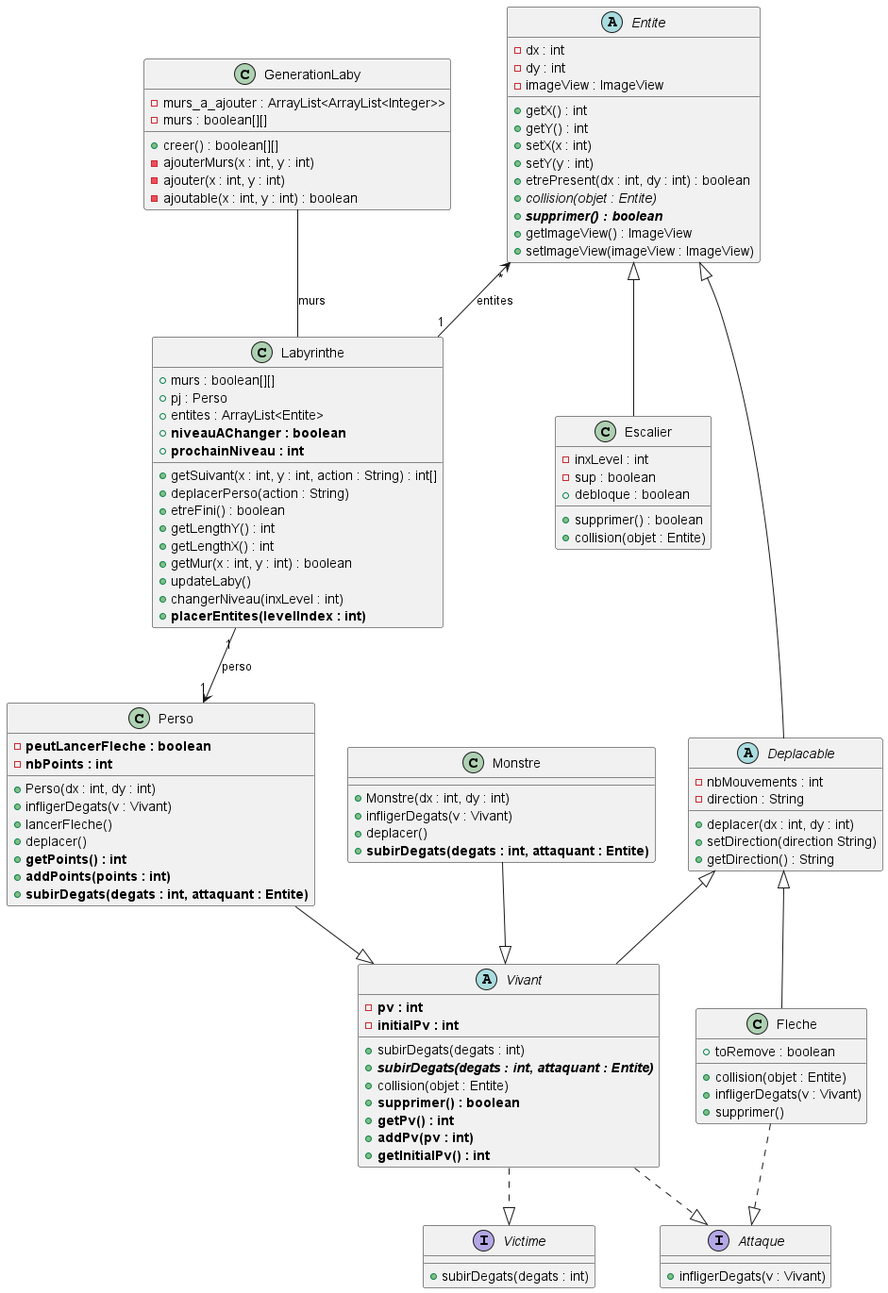
This is documents/version_4/diag_classe_v4_final.png from remi-choffat/2024_Zeldiablo_remi-choffat_Cesareuh_katrinltvnv, a PlantUML export, as it was before one commit.
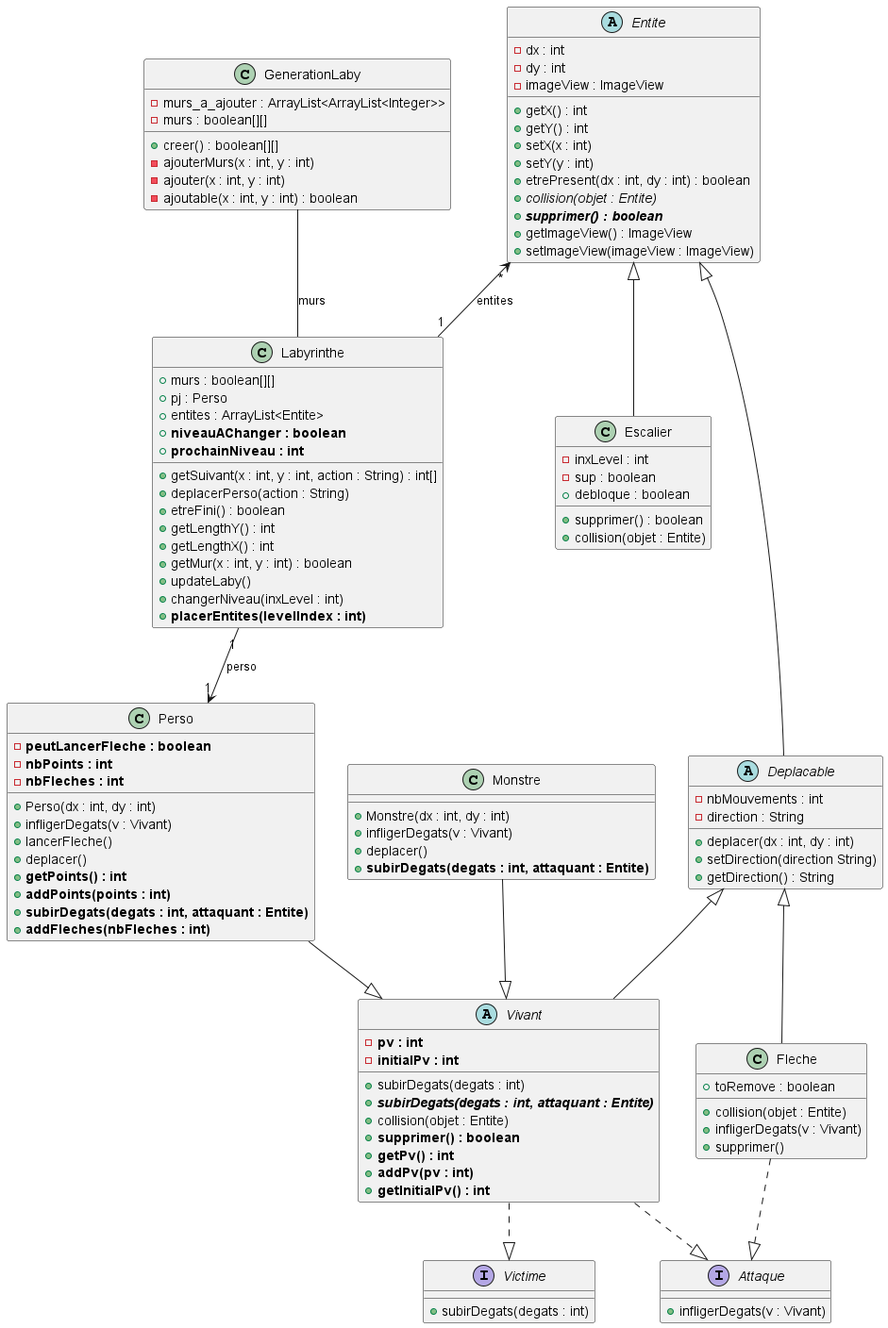
Above is the later version.

Change to the diagram source:
```diff
@@ -26,6 +26,7 @@
 class Perso{
 -<b>peutLancerFleche : boolean</b>
 -<b>nbPoints : int</b>
+-<b>nbFleches : int</b>
 +Perso(dx : int, dy : int)
 +infligerDegats(v : Vivant)
 +lancerFleche()
@@ -33,6 +34,7 @@
 +<b>getPoints() : int</b>
 +<b>addPoints(points : int)</b>
 +<b>subirDegats(degats : int, attaquant : Entite)</b>
++<b>addFleches(nbFleches : int)</b>
 }
 
 class Monstre{
```
